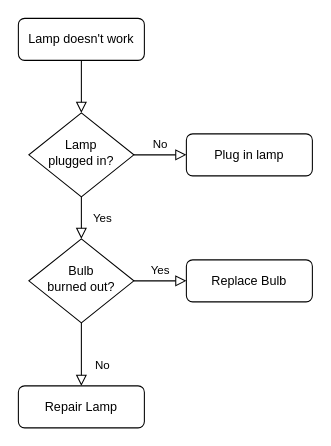
Before: Diagrama sin título.drawio in ELENAHCH18/Proyecto_Colabora, a draw.io diagram. Source tidied: cells renumbered, new cells numbered last; positions are measured from the earlier drawing's top-left corner, leaving out a move shared by most shapes. Both pictures are drawn from the tidied source at 105%, with x=0, y=0 at pixel (18, 18).
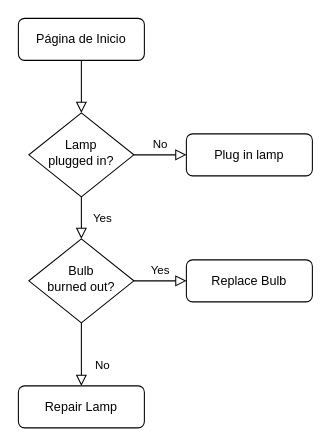
The same page after the edit.

The edit, as a diff of the source:
```diff
@@
 <mxGraphModel>
   <root>
     <mxCell id="0" />
     <mxCell id="1" parent="0" />
     <mxCell id="2" style="rounded=0;html=1;jettySize=auto;fontSize=11;endArrow=block;endFill=0;endSize=8;strokeWidth=1;shadow=0;labelBackgroundColor=none;edgeStyle=orthogonalEdgeStyle;" parent="1" edge="1" source="3" target="6">
       <mxGeometry relative="1" as="geometry" />
     </mxCell>
-    <mxCell id="3" value="Lamp doesn't work" style="rounded=1;whiteSpace=wrap;html=1;fontSize=12;glass=0;strokeWidth=1;shadow=0;" parent="1" vertex="1">
+    <mxCell id="3" value="Página de Inicio" style="rounded=1;whiteSpace=wrap;html=1;fontSize=12;glass=0;strokeWidth=1;shadow=0;" parent="1" vertex="1">
       <mxGeometry width="120" height="40" as="geometry" />
     </mxCell>
     <mxCell id="4" value="Yes" style="rounded=0;html=1;jettySize=auto;fontSize=11;endArrow=block;endFill=0;endSize=8;strokeWidth=1;shadow=0;labelBackgroundColor=none;edgeStyle=orthogonalEdgeStyle;" parent="1" edge="1" source="6" target="10">
       <mxGeometry y="20" relative="1" as="geometry" />
     </mxCell>
     <mxCell id="5" value="No" style="edgeStyle=orthogonalEdgeStyle;rounded=0;html=1;jettySize=auto;fontSize=11;endArrow=block;endFill=0;endSize=8;strokeWidth=1;shadow=0;labelBackgroundColor=none;" parent="1" edge="1" source="6" target="7">
       <mxGeometry y="10" relative="1" as="geometry" />
     </mxCell>
     <mxCell id="6" value="Lamp&lt;br&gt;plugged in?" style="rhombus;whiteSpace=wrap;html=1;shadow=0;fontFamily=Helvetica;fontSize=12;align=center;strokeWidth=1;spacing=6;spacingTop=-4;" parent="1" vertex="1">
       <mxGeometry x="10" y="90" width="100" height="80" as="geometry" />
     </mxCell>
     <mxCell id="7" value="Plug in lamp" style="rounded=1;whiteSpace=wrap;html=1;fontSize=12;glass=0;strokeWidth=1;shadow=0;" parent="1" vertex="1">
       <mxGeometry x="160" y="110" width="120" height="40" as="geometry" />
     </mxCell>
     <mxCell id="8" value="No" style="rounded=0;html=1;jettySize=auto;fontSize=11;endArrow=block;endFill=0;endSize=8;strokeWidth=1;shadow=0;labelBackgroundColor=none;edgeStyle=orthogonalEdgeStyle;" parent="1" edge="1" source="10" target="11">
       <mxGeometry x="0.33" y="20" relative="1" as="geometry" />
     </mxCell>
     <mxCell id="9" value="Yes" style="edgeStyle=orthogonalEdgeStyle;rounded=0;html=1;jettySize=auto;fontSize=11;endArrow=block;endFill=0;endSize=8;strokeWidth=1;shadow=0;labelBackgroundColor=none;" parent="1" edge="1" source="10" target="12">
       <mxGeometry y="10" relative="1" as="geometry" />
     </mxCell>
     <mxCell id="10" value="Bulb&lt;br&gt;burned out?" style="rhombus;whiteSpace=wrap;html=1;shadow=0;fontFamily=Helvetica;fontSize=12;align=center;strokeWidth=1;spacing=6;spacingTop=-4;" parent="1" vertex="1">
       <mxGeometry x="10" y="210" width="100" height="80" as="geometry" />
     </mxCell>
     <mxCell id="11" value="Repair Lamp" style="rounded=1;whiteSpace=wrap;html=1;fontSize=12;glass=0;strokeWidth=1;shadow=0;" parent="1" vertex="1">
       <mxGeometry y="350" width="120" height="40" as="geometry" />
     </mxCell>
     <mxCell id="12" value="Replace Bulb" style="rounded=1;whiteSpace=wrap;html=1;fontSize=12;glass=0;strokeWidth=1;shadow=0;" parent="1" vertex="1">
       <mxGeometry x="160" y="230" width="120" height="40" as="geometry" />
     </mxCell>
   </root>
 </mxGraphModel>
```
